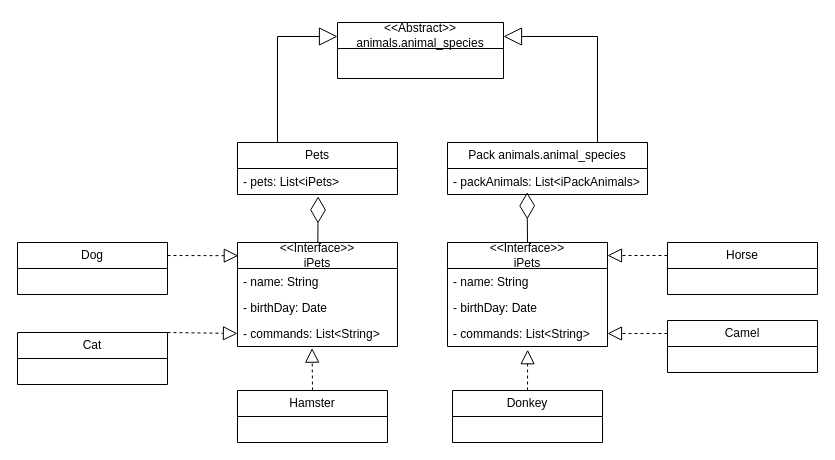
Earlier version of the draw.io diagram UML Class Diagram/Animals.drawio (UltraYevgeny/AnimalNursery). Source tidied: cells renumbered, new cells numbered last; positions are measured from the earlier drawing's top-left corner, leaving out a move shared by most shapes. Both pictures are drawn from the tidied source at 100%, with x=0, y=0 at pixel (17, 22).
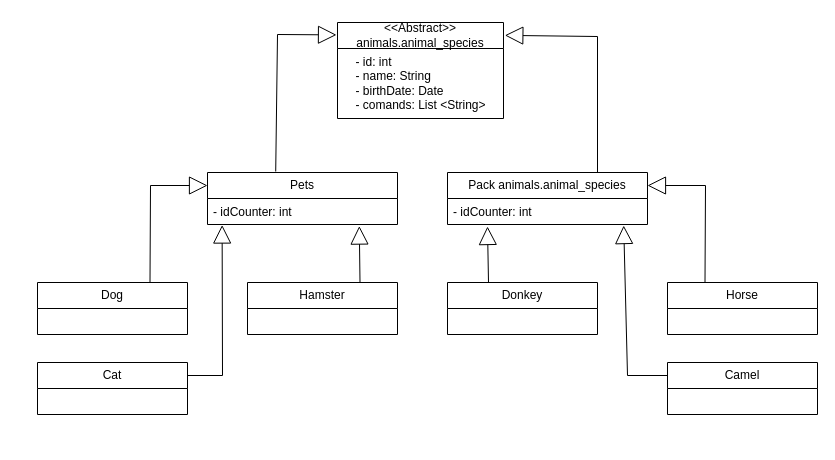
The same diagram, later.

Commit message (it also covers changes not shown here):
Программа дополнена и изменена UML диаграмма.

The edit, as a diff of the source:
```diff
@@
     <mxCell id="2" value="&lt;div&gt;&amp;lt;&amp;lt;Abstract&amp;gt;&amp;gt;&lt;/div&gt;animals.animal_species" style="swimlane;fontStyle=0;horizontal=1;startSize=26;fillColor=none;whiteSpace=wrap;html=1;" parent="1" vertex="1">
-      <mxGeometry x="320" width="166" height="56" as="geometry" />
+      <mxGeometry x="320" width="166" height="96" as="geometry" />
     </mxCell>
+    <mxCell id="31" value="&lt;div style=&quot;text-align: left;&quot;&gt;&lt;span style=&quot;background-color: transparent; color: light-dark(rgb(0, 0, 0), rgb(255, 255, 255));&quot;&gt;- id: int&lt;/span&gt;&lt;/div&gt;&lt;div style=&quot;text-align: left;&quot;&gt;- name: String&lt;/div&gt;&lt;div style=&quot;text-align: left;&quot;&gt;- birthDate: Date&lt;/div&gt;&lt;div style=&quot;text-align: left;&quot;&gt;- comands: List &amp;lt;String&amp;gt;&lt;/div&gt;" style="text;html=1;align=center;verticalAlign=middle;strokeColor=none;fillColor=none;" parent="2" vertex="1">
+      <mxGeometry y="26" width="166" height="70" as="geometry" />
+    </mxCell>
     <mxCell id="3" value="Pets" style="swimlane;fontStyle=0;horizontal=1;startSize=26;fillColor=none;whiteSpace=wrap;html=1;" parent="1" vertex="1">
-      <mxGeometry x="220" y="120" width="160" height="52" as="geometry" />
+      <mxGeometry x="190" y="150" width="190" height="52" as="geometry" />
     </mxCell>
-    <mxCell id="4" value="- pets: List&amp;lt;iPets&amp;gt;" style="text;strokeColor=none;fillColor=none;align=left;verticalAlign=top;spacingLeft=4;spacingRight=4;overflow=hidden;points=[[0,0.5],[1,0.5]];portConstraint=eastwest;whiteSpace=wrap;html=1;" parent="3" vertex="1">
-      <mxGeometry y="26" width="160" height="26" as="geometry" />
+    <mxCell id="4" value="- idCounter: int" style="text;strokeColor=none;fillColor=none;align=left;verticalAlign=top;spacingLeft=4;spacingRight=4;overflow=hidden;points=[[0,0.5],[1,0.5]];portConstraint=eastwest;whiteSpace=wrap;html=1;" parent="3" vertex="1">
+      <mxGeometry y="26" width="190" height="26" as="geometry" />
     </mxCell>
     <mxCell id="5" value="Pack animals.animal_species" style="swimlane;fontStyle=0;horizontal=1;startSize=26;fillColor=none;whiteSpace=wrap;html=1;" parent="1" vertex="1">
-      <mxGeometry x="430" y="120" width="200" height="52" as="geometry" />
+      <mxGeometry x="430" y="150" width="200" height="52" as="geometry" />
     </mxCell>
-    <mxCell id="6" value="- packAnimals: List&amp;lt;iPackAnimals&amp;gt;" style="text;strokeColor=none;fillColor=none;align=left;verticalAlign=top;spacingLeft=4;spacingRight=4;overflow=hidden;points=[[0,0.5],[1,0.5]];portConstraint=eastwest;whiteSpace=wrap;html=1;" parent="5" vertex="1">
+    <mxCell id="6" value="- idCounter: int" style="text;strokeColor=none;fillColor=none;align=left;verticalAlign=top;spacingLeft=4;spacingRight=4;overflow=hidden;points=[[0,0.5],[1,0.5]];portConstraint=eastwest;whiteSpace=wrap;html=1;" parent="5" vertex="1">
       <mxGeometry y="26" width="200" height="26" as="geometry" />
     </mxCell>
     <mxCell id="7" value="Dog" style="swimlane;fontStyle=0;horizontal=1;startSize=26;fillColor=none;whiteSpace=wrap;html=1;" parent="1" vertex="1">
-      <mxGeometry y="220" width="150" height="52" as="geometry" />
+      <mxGeometry x="20" y="260" width="150" height="52" as="geometry" />
     </mxCell>
-    <mxCell id="8" style="endArrow=block;endSize=16;endFill=0;html=1;rounded=0;entryX=0;entryY=0.25;entryDx=0;entryDy=0;exitX=0.25;exitY=0;exitDx=0;exitDy=0;" parent="1" edge="1" source="3" target="2">
+    <mxCell id="8" style="endArrow=block;endSize=16;endFill=0;html=1;rounded=0;entryX=-0.006;entryY=0.129;entryDx=0;entryDy=0;exitX=0.359;exitY=-0.019;exitDx=0;exitDy=0;exitPerimeter=0;entryPerimeter=0;" parent="1" edge="1" source="3" target="2">
       <mxGeometry relative="1" as="geometry">
         <Array as="points">
-          <mxPoint x="260" y="14" />
+          <mxPoint x="260" y="12" />
         </Array>
       </mxGeometry>
     </mxCell>
-    <mxCell id="9" style="endArrow=block;endSize=16;endFill=0;html=1;rounded=0;entryX=1;entryY=0.25;entryDx=0;entryDy=0;exitX=0.75;exitY=0;exitDx=0;exitDy=0;" parent="1" edge="1" source="5" target="2">
+    <mxCell id="9" style="endArrow=block;endSize=16;endFill=0;html=1;rounded=0;entryX=1.008;entryY=0.134;entryDx=0;entryDy=0;exitX=0.75;exitY=0;exitDx=0;exitDy=0;entryPerimeter=0;" parent="1" edge="1" source="5" target="2">
       <mxGeometry relative="1" as="geometry">
         <Array as="points">
           <mxPoint x="580" y="14" />
         </Array>
       </mxGeometry>
     </mxCell>
     <mxCell id="10" value="Cat" style="swimlane;fontStyle=0;horizontal=1;startSize=26;fillColor=none;whiteSpace=wrap;html=1;" parent="1" vertex="1">
-      <mxGeometry y="310" width="150" height="52" as="geometry" />
+      <mxGeometry x="20" y="340" width="150" height="52" as="geometry" />
     </mxCell>
     <mxCell id="11" value="Hamster" style="swimlane;fontStyle=0;horizontal=1;startSize=26;fillColor=none;whiteSpace=wrap;html=1;" parent="1" vertex="1">
-      <mxGeometry x="220" y="368" width="150" height="52" as="geometry" />
+      <mxGeometry x="230" y="260" width="150" height="52" as="geometry" />
     </mxCell>
     <mxCell id="12" value="Horse" style="swimlane;fontStyle=0;horizontal=1;startSize=26;fillColor=none;whiteSpace=wrap;html=1;" parent="1" vertex="1">
-      <mxGeometry x="650" y="220" width="150" height="52" as="geometry" />
+      <mxGeometry x="650" y="260" width="150" height="52" as="geometry" />
     </mxCell>
     <mxCell id="13" value="Camel" style="swimlane;fontStyle=0;horizontal=1;startSize=26;fillColor=none;whiteSpace=wrap;html=1;" parent="1" vertex="1">
-      <mxGeometry x="650" y="298" width="150" height="52" as="geometry" />
+      <mxGeometry x="650" y="340" width="150" height="52" as="geometry" />
     </mxCell>
     <mxCell id="14" value="Donkey" style="swimlane;fontStyle=0;horizontal=1;startSize=26;fillColor=none;whiteSpace=wrap;html=1;" parent="1" vertex="1">
-      <mxGeometry x="435" y="368" width="150" height="52" as="geometry" />
+      <mxGeometry x="430" y="260" width="150" height="52" as="geometry" />
     </mxCell>
-    <mxCell id="15" value="&amp;lt;&amp;lt;Interface&amp;gt;&amp;gt;&lt;div&gt;iPets&lt;/div&gt;" style="swimlane;fontStyle=0;horizontal=1;startSize=26;fillColor=none;whiteSpace=wrap;html=1;" parent="1" vertex="1">
-      <mxGeometry x="220" y="220" width="160" height="104" as="geometry" />
-    </mxCell>
-    <mxCell id="16" value="- name: String" style="text;strokeColor=none;fillColor=none;align=left;verticalAlign=top;spacingLeft=4;spacingRight=4;overflow=hidden;whiteSpace=wrap;html=1;" parent="15" vertex="1">
-      <mxGeometry y="26" width="160" height="26" as="geometry" />
-    </mxCell>
-    <mxCell id="17" value="- birthDay: Date" style="text;strokeColor=none;fillColor=none;align=left;verticalAlign=top;spacingLeft=4;spacingRight=4;overflow=hidden;whiteSpace=wrap;html=1;" parent="15" vertex="1">
-      <mxGeometry y="52" width="160" height="26" as="geometry" />
-    </mxCell>
-    <mxCell id="18" value="- commands: List&amp;lt;String&amp;gt;" style="text;strokeColor=none;fillColor=none;align=left;verticalAlign=top;spacingLeft=4;spacingRight=4;overflow=hidden;points=[[0,0.5],[1,0.5]];portConstraint=eastwest;whiteSpace=wrap;html=1;" parent="15" vertex="1">
-      <mxGeometry y="78" width="160" height="26" as="geometry" />
-    </mxCell>
-    <mxCell id="19" style="endArrow=diamondThin;endFill=0;endSize=24;html=1;rounded=0;entryX=0.504;entryY=1.075;entryDx=0;entryDy=0;entryPerimeter=0;" parent="1" edge="1" source="15" target="4">
-      <mxGeometry relative="1" as="geometry" />
-    </mxCell>
-    <mxCell id="20" value="&amp;lt;&amp;lt;Interface&amp;gt;&amp;gt;&lt;div&gt;iPets&lt;/div&gt;" style="swimlane;fontStyle=0;horizontal=1;startSize=26;fillColor=none;whiteSpace=wrap;html=1;" parent="1" vertex="1">
-      <mxGeometry x="430" y="220" width="160" height="104" as="geometry" />
-    </mxCell>
-    <mxCell id="21" value="- name: String" style="text;strokeColor=none;fillColor=none;align=left;verticalAlign=top;spacingLeft=4;spacingRight=4;overflow=hidden;whiteSpace=wrap;html=1;" parent="20" vertex="1">
-      <mxGeometry y="26" width="160" height="26" as="geometry" />
-    </mxCell>
-    <mxCell id="22" value="- birthDay: Date" style="text;strokeColor=none;fillColor=none;align=left;verticalAlign=top;spacingLeft=4;spacingRight=4;overflow=hidden;whiteSpace=wrap;html=1;" parent="20" vertex="1">
-      <mxGeometry y="52" width="160" height="26" as="geometry" />
-    </mxCell>
-    <mxCell id="23" value="- commands: List&amp;lt;String&amp;gt;" style="text;strokeColor=none;fillColor=none;align=left;verticalAlign=top;spacingLeft=4;spacingRight=4;overflow=hidden;points=[[0,0.5],[1,0.5]];portConstraint=eastwest;whiteSpace=wrap;html=1;" parent="20" vertex="1">
-      <mxGeometry y="78" width="160" height="26" as="geometry" />
-    </mxCell>
-    <mxCell id="24" style="endArrow=diamondThin;endFill=0;endSize=24;html=1;rounded=0;entryX=0.398;entryY=0.915;entryDx=0;entryDy=0;entryPerimeter=0;exitX=0.5;exitY=0;exitDx=0;exitDy=0;" parent="1" edge="1" source="20" target="6">
-      <mxGeometry relative="1" as="geometry" />
-    </mxCell>
-    <mxCell id="25" style="endArrow=block;dashed=1;endFill=0;endSize=12;html=1;rounded=0;exitX=1;exitY=0.25;exitDx=0;exitDy=0;entryX=0.005;entryY=0.127;entryDx=0;entryDy=0;entryPerimeter=0;" parent="1" edge="1" source="7" target="15">
-      <mxGeometry relative="1" as="geometry" />
-    </mxCell>
-    <mxCell id="26" style="endArrow=block;dashed=1;endFill=0;endSize=12;html=1;rounded=0;exitX=0.5;exitY=0;exitDx=0;exitDy=0;entryX=0.466;entryY=1.063;entryDx=0;entryDy=0;entryPerimeter=0;" parent="1" edge="1" source="11" target="18">
-      <mxGeometry relative="1" as="geometry" />
-    </mxCell>
-    <mxCell id="27" style="endArrow=block;dashed=1;endFill=0;endSize=12;html=1;rounded=0;exitX=1;exitY=0;exitDx=0;exitDy=0;entryX=0;entryY=0.5;entryDx=0;entryDy=0;" parent="1" edge="1" source="10" target="18">
-      <mxGeometry relative="1" as="geometry" />
-    </mxCell>
-    <mxCell id="28" style="endArrow=block;dashed=1;endFill=0;endSize=12;html=1;rounded=0;exitX=0;exitY=0.25;exitDx=0;exitDy=0;" parent="1" edge="1" source="12">
-      <mxGeometry relative="1" as="geometry">
-        <mxPoint x="590" y="233" as="targetPoint" />
-      </mxGeometry>
-    </mxCell>
-    <mxCell id="29" style="endArrow=block;dashed=1;endFill=0;endSize=12;html=1;rounded=0;entryX=0.501;entryY=1.123;entryDx=0;entryDy=0;entryPerimeter=0;exitX=0.5;exitY=0;exitDx=0;exitDy=0;" parent="1" edge="1" source="14" target="23">
-      <mxGeometry relative="1" as="geometry" />
-    </mxCell>
-    <mxCell id="30" style="endArrow=block;dashed=1;endFill=0;endSize=12;html=1;rounded=0;entryX=1;entryY=0.5;entryDx=0;entryDy=0;exitX=0;exitY=0.25;exitDx=0;exitDy=0;" parent="1" edge="1" source="13" target="23">
-      <mxGeometry relative="1" as="geometry" />
-    </mxCell>
+    <mxCell id="32" style="endArrow=block;endSize=16;endFill=0;html=1;rounded=0;entryX=0.799;entryY=1.06;entryDx=0;entryDy=0;entryPerimeter=0;exitX=0.75;exitY=0;exitDx=0;exitDy=0;" parent="1" edge="1" source="11" target="4">
+      <mxGeometry relative="1" as="geometry" />
+    </mxCell>
+    <mxCell id="33" style="endArrow=block;endSize=16;endFill=0;html=1;rounded=0;entryX=0.799;entryY=1.06;entryDx=0;entryDy=0;entryPerimeter=0;exitX=0.75;exitY=0;exitDx=0;exitDy=0;" parent="1" edge="1">
+      <mxGeometry relative="1" as="geometry">
+        <mxPoint x="471" y="260" as="sourcePoint" />
+        <mxPoint x="470" y="204" as="targetPoint" />
+      </mxGeometry>
+    </mxCell>
+    <mxCell id="34" style="endArrow=block;endSize=16;endFill=0;html=1;rounded=0;entryX=0;entryY=0.25;entryDx=0;entryDy=0;exitX=0.75;exitY=0;exitDx=0;exitDy=0;" parent="1" edge="1" source="7" target="3">
+      <mxGeometry relative="1" as="geometry">
+        <Array as="points">
+          <mxPoint x="133" y="163" />
+        </Array>
+      </mxGeometry>
+    </mxCell>
+    <mxCell id="35" style="endArrow=block;endSize=16;endFill=0;html=1;rounded=0;entryX=0.077;entryY=1.02;entryDx=0;entryDy=0;entryPerimeter=0;exitX=1;exitY=0.25;exitDx=0;exitDy=0;" parent="1" edge="1" source="10" target="4">
+      <mxGeometry relative="1" as="geometry">
+        <Array as="points">
+          <mxPoint x="205" y="353" />
+        </Array>
+      </mxGeometry>
+    </mxCell>
+    <mxCell id="36" style="endArrow=block;endSize=16;endFill=0;html=1;rounded=0;entryX=1;entryY=0.25;entryDx=0;entryDy=0;exitX=0.25;exitY=0;exitDx=0;exitDy=0;" parent="1" edge="1" source="12" target="5">
+      <mxGeometry relative="1" as="geometry">
+        <Array as="points">
+          <mxPoint x="688" y="163" />
+        </Array>
+      </mxGeometry>
+    </mxCell>
+    <mxCell id="37" style="endArrow=block;endSize=16;endFill=0;html=1;rounded=0;entryX=0.881;entryY=1.04;entryDx=0;entryDy=0;entryPerimeter=0;exitX=0;exitY=0.25;exitDx=0;exitDy=0;" parent="1" edge="1" source="13" target="6">
+      <mxGeometry relative="1" as="geometry">
+        <Array as="points">
+          <mxPoint x="610" y="353" />
+        </Array>
+      </mxGeometry>
+    </mxCell>
```
